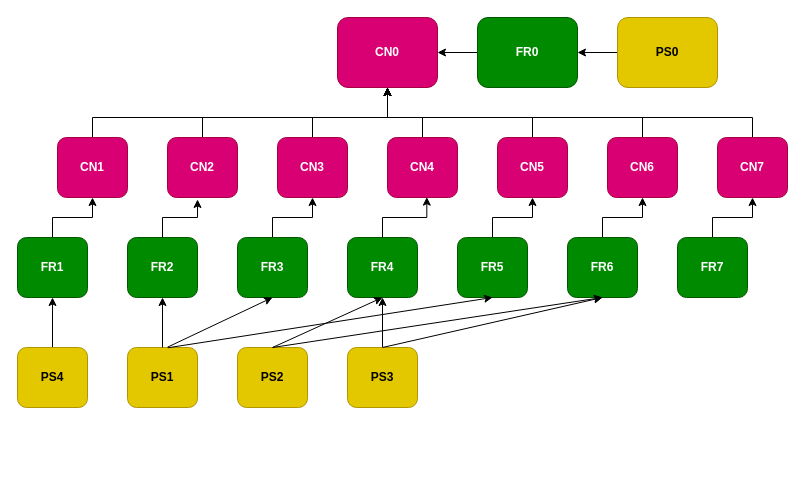
Earlier version of the draw.io diagram page "PS (Week6)" (3 of 6) of Untitled Diagram.drawio (asdismilla/FlowChart). Source tidied: cells renumbered, new cells numbered last; positions are measured from the earlier drawing's top-left corner, leaving out a move shared by most shapes. Both pictures are drawn from the tidied source at 100%, with x=0, y=0 at pixel (17, 17).
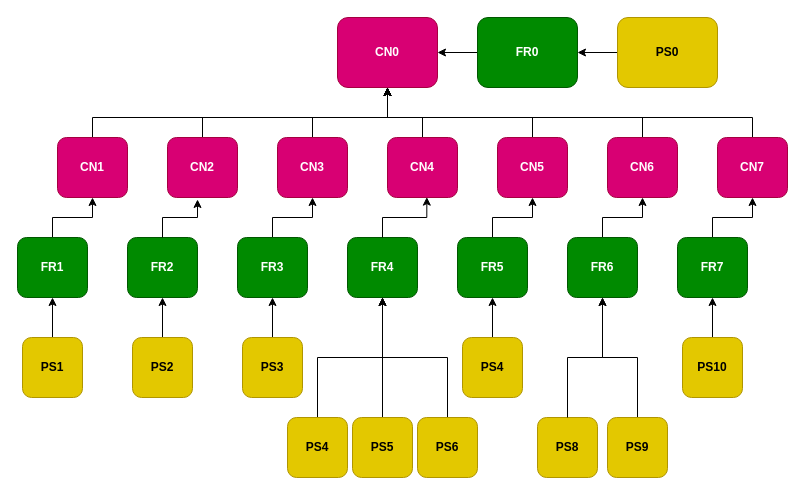
The same diagram, later.

Unchanged cells that the change refers to:
```xml
<mxCell id="18" value="&lt;b&gt;FR7&lt;/b&gt;" style="rounded=1;whiteSpace=wrap;html=1;fillColor=#008a00;fontColor=#ffffff;strokeColor=#005700;" parent="1" vertex="1">
  <mxGeometry x="660" y="220" width="70" height="60" as="geometry" />
</mxCell>
<mxCell id="20" value="&lt;b&gt;FR6&lt;/b&gt;" style="rounded=1;whiteSpace=wrap;html=1;fillColor=#008a00;fontColor=#ffffff;strokeColor=#005700;" parent="1" vertex="1">
  <mxGeometry x="550" y="220" width="70" height="60" as="geometry" />
</mxCell>
<mxCell id="22" value="&lt;b&gt;FR5&lt;/b&gt;" style="rounded=1;whiteSpace=wrap;html=1;fillColor=#008a00;fontColor=#ffffff;strokeColor=#005700;" parent="1" vertex="1">
  <mxGeometry x="440" y="220" width="70" height="60" as="geometry" />
</mxCell>
<mxCell id="23" value="&lt;b&gt;FR4&lt;/b&gt;" style="rounded=1;whiteSpace=wrap;html=1;fillColor=#008a00;fontColor=#ffffff;strokeColor=#005700;" parent="1" vertex="1">
  <mxGeometry x="330" y="220" width="70" height="60" as="geometry" />
</mxCell>
<mxCell id="25" value="&lt;b&gt;FR3&lt;/b&gt;" style="rounded=1;whiteSpace=wrap;html=1;fillColor=#008a00;fontColor=#ffffff;strokeColor=#005700;" parent="1" vertex="1">
  <mxGeometry x="220" y="220" width="70" height="60" as="geometry" />
</mxCell>
<mxCell id="26" value="&lt;b&gt;FR2&lt;/b&gt;" style="rounded=1;whiteSpace=wrap;html=1;fillColor=#008a00;fontColor=#ffffff;strokeColor=#005700;" parent="1" vertex="1">
  <mxGeometry x="110" y="220" width="70" height="60" as="geometry" />
</mxCell>
<mxCell id="28" value="&lt;b&gt;FR1&lt;/b&gt;" style="rounded=1;whiteSpace=wrap;html=1;fillColor=#008a00;fontColor=#ffffff;strokeColor=#005700;" parent="1" vertex="1">
  <mxGeometry y="220" width="70" height="60" as="geometry" />
</mxCell>
```

Change to the diagram source:
```diff
@@
-    <mxCell id="35" style="edgeStyle=orthogonalEdgeStyle;rounded=0;jettySize=auto;html=1;exitX=0.5;exitY=0;exitDx=0;exitDy=0;entryX=0.5;entryY=1;entryDx=0;entryDy=0;" parent="1" edge="1" source="36" target="23">
+    <mxCell id="35" style="edgeStyle=orthogonalEdgeStyle;rounded=0;jettySize=auto;html=1;entryX=0.5;entryY=1;entryDx=0;entryDy=0;" parent="1" edge="1" source="36" target="23">
       <mxGeometry relative="1" as="geometry" />
     </mxCell>
-    <mxCell id="36" value="&lt;b&gt;PS3&lt;/b&gt;" style="rounded=1;whiteSpace=wrap;html=1;fillColor=#e3c800;fontColor=#000000;strokeColor=#B09500;" parent="1" vertex="1">
-      <mxGeometry x="330" y="330" width="70" height="60" as="geometry" />
+    <mxCell id="36" value="&lt;b&gt;PS4&lt;/b&gt;" style="rounded=1;whiteSpace=wrap;html=1;fillColor=#e3c800;fontColor=#000000;strokeColor=#B09500;" parent="1" vertex="1">
+      <mxGeometry x="270" y="400" width="60" height="60" as="geometry" />
     </mxCell>
+    <mxCell id="47" style="edgeStyle=orthogonalEdgeStyle;rounded=0;jettySize=auto;html=1;exitX=0.5;exitY=0;exitDx=0;exitDy=0;entryX=0.5;entryY=1;entryDx=0;entryDy=0;" parent="1" edge="1" source="37" target="25">
+      <mxGeometry relative="1" as="geometry" />
+    </mxCell>
-    <mxCell id="37" value="&lt;b&gt;PS2&lt;br&gt;&lt;/b&gt;" style="rounded=1;whiteSpace=wrap;html=1;fillColor=#e3c800;fontColor=#000000;strokeColor=#B09500;" parent="1" vertex="1">
-      <mxGeometry x="220" y="330" width="70" height="60" as="geometry" />
+    <mxCell id="37" value="&lt;b&gt;PS3&lt;br&gt;&lt;/b&gt;" style="rounded=1;whiteSpace=wrap;html=1;fillColor=#e3c800;fontColor=#000000;strokeColor=#B09500;" parent="1" vertex="1">
+      <mxGeometry x="225" y="320" width="60" height="60" as="geometry" />
     </mxCell>
+    <mxCell id="43" style="edgeStyle=orthogonalEdgeStyle;rounded=0;jettySize=auto;html=1;entryX=0.5;entryY=1;entryDx=0;entryDy=0;" parent="1" edge="1" source="38" target="26">
+      <mxGeometry relative="1" as="geometry" />
+    </mxCell>
-    <mxCell id="38" value="&lt;b&gt;PS1&lt;/b&gt;" style="rounded=1;whiteSpace=wrap;html=1;fillColor=#e3c800;fontColor=#000000;strokeColor=#B09500;" parent="1" vertex="1">
-      <mxGeometry x="110" y="330" width="70" height="60" as="geometry" />
+    <mxCell id="38" value="&lt;b&gt;PS2&lt;/b&gt;" style="rounded=1;whiteSpace=wrap;html=1;fillColor=#e3c800;fontColor=#000000;strokeColor=#B09500;" parent="1" vertex="1">
+      <mxGeometry x="115" y="320" width="60" height="60" as="geometry" />
     </mxCell>
-    <mxCell id="39" style="edgeStyle=orthogonalEdgeStyle;rounded=0;jettySize=auto;html=1;" parent="1" edge="1" source="40" target="28">
+    <mxCell id="39" style="edgeStyle=orthogonalEdgeStyle;rounded=0;jettySize=auto;html=1;entryX=0.5;entryY=1;entryDx=0;entryDy=0;" parent="1" edge="1" source="40" target="28">
       <mxGeometry relative="1" as="geometry" />
     </mxCell>
-    <mxCell id="40" value="&lt;b&gt;PS4&lt;/b&gt;" style="rounded=1;whiteSpace=wrap;html=1;fillColor=#e3c800;fontColor=#000000;strokeColor=#B09500;" parent="1" vertex="1">
-      <mxGeometry y="330" width="70" height="60" as="geometry" />
+    <mxCell id="40" value="&lt;b&gt;PS1&lt;/b&gt;" style="rounded=1;whiteSpace=wrap;html=1;fillColor=#e3c800;fontColor=#000000;strokeColor=#B09500;" parent="1" vertex="1">
+      <mxGeometry x="5" y="320" width="60" height="60" as="geometry" />
     </mxCell>
-    <mxCell id="41" style="endArrow=classic;html=1;rounded=0;entryX=0.5;entryY=1;entryDx=0;entryDy=0;exitX=0.571;exitY=-0.005;exitDx=0;exitDy=0;exitPerimeter=0;" parent="1" edge="1" source="38" target="25">
-      <mxGeometry relative="1" as="geometry" />
-    </mxCell>
-    <mxCell id="42" style="endArrow=classic;html=1;rounded=0;entryX=0.5;entryY=1;entryDx=0;entryDy=0;exitX=0.58;exitY=0.004;exitDx=0;exitDy=0;exitPerimeter=0;" parent="1" edge="1" source="38" target="22">
-      <mxGeometry relative="1" as="geometry" />
-    </mxCell>
-    <mxCell id="43" style="endArrow=classic;html=1;rounded=0;entryX=0.5;entryY=1;entryDx=0;entryDy=0;exitX=0.5;exitY=0;exitDx=0;exitDy=0;" parent="1" edge="1" source="38" target="26">
-      <mxGeometry relative="1" as="geometry" />
-    </mxCell>
-    <mxCell id="44" style="endArrow=classic;html=1;rounded=0;exitX=0.5;exitY=0;exitDx=0;exitDy=0;entryX=0.5;entryY=1;entryDx=0;entryDy=0;" parent="1" edge="1" source="37" target="20">
-      <mxGeometry relative="1" as="geometry" />
-    </mxCell>
-    <mxCell id="45" style="endArrow=classic;html=1;rounded=0;exitX=0.5;exitY=0;exitDx=0;exitDy=0;entryX=0.5;entryY=1;entryDx=0;entryDy=0;" parent="1" edge="1" source="36" target="20">
-      <mxGeometry relative="1" as="geometry" />
-    </mxCell>
-    <mxCell id="46" style="endArrow=classic;html=1;rounded=0;exitX=0.5;exitY=0;exitDx=0;exitDy=0;entryX=0.5;entryY=1;entryDx=0;entryDy=0;" parent="1" edge="1" source="37" target="23">
-      <mxGeometry relative="1" as="geometry" />
-    </mxCell>
+    <mxCell id="48" style="edgeStyle=orthogonalEdgeStyle;rounded=0;jettySize=auto;html=1;entryX=0.5;entryY=1;entryDx=0;entryDy=0;" parent="1" edge="1" source="49" target="23">
+      <mxGeometry relative="1" as="geometry" />
+    </mxCell>
+    <mxCell id="49" value="&lt;b&gt;PS5&lt;/b&gt;" style="rounded=1;whiteSpace=wrap;html=1;fillColor=#e3c800;fontColor=#000000;strokeColor=#B09500;" parent="1" vertex="1">
+      <mxGeometry x="335" y="400" width="60" height="60" as="geometry" />
+    </mxCell>
+    <mxCell id="50" style="edgeStyle=orthogonalEdgeStyle;rounded=0;jettySize=auto;html=1;exitX=0.5;exitY=0;exitDx=0;exitDy=0;entryX=0.5;entryY=1;entryDx=0;entryDy=0;" parent="1" edge="1" source="51" target="23">
+      <mxGeometry relative="1" as="geometry" />
+    </mxCell>
+    <mxCell id="51" value="&lt;b&gt;PS6&lt;/b&gt;" style="rounded=1;whiteSpace=wrap;html=1;fillColor=#e3c800;fontColor=#000000;strokeColor=#B09500;" parent="1" vertex="1">
+      <mxGeometry x="400" y="400" width="60" height="60" as="geometry" />
+    </mxCell>
+    <mxCell id="52" style="edgeStyle=orthogonalEdgeStyle;rounded=0;jettySize=auto;html=1;entryX=0.5;entryY=1;entryDx=0;entryDy=0;" parent="1" edge="1" source="53" target="18">
+      <mxGeometry relative="1" as="geometry" />
+    </mxCell>
+    <mxCell id="53" value="&lt;b&gt;PS10&lt;/b&gt;" style="rounded=1;whiteSpace=wrap;html=1;fillColor=#e3c800;fontColor=#000000;strokeColor=#B09500;" parent="1" vertex="1">
+      <mxGeometry x="665" y="320" width="60" height="60" as="geometry" />
+    </mxCell>
+    <mxCell id="54" value="&lt;b&gt;PS8&lt;/b&gt;" style="rounded=1;whiteSpace=wrap;html=1;fillColor=#e3c800;fontColor=#000000;strokeColor=#B09500;" parent="1" vertex="1">
+      <mxGeometry x="520" y="400" width="60" height="60" as="geometry" />
+    </mxCell>
+    <mxCell id="55" style="edgeStyle=orthogonalEdgeStyle;rounded=0;jettySize=auto;html=1;entryX=0.5;entryY=1;entryDx=0;entryDy=0;" parent="1" edge="1" source="56" target="20">
+      <mxGeometry relative="1" as="geometry" />
+    </mxCell>
+    <mxCell id="56" value="&lt;b&gt;PS9&lt;/b&gt;" style="rounded=1;whiteSpace=wrap;html=1;fillColor=#e3c800;fontColor=#000000;strokeColor=#B09500;" parent="1" vertex="1">
+      <mxGeometry x="590" y="400" width="60" height="60" as="geometry" />
+    </mxCell>
+    <mxCell id="57" style="edgeStyle=orthogonalEdgeStyle;rounded=0;jettySize=auto;html=1;entryX=0.5;entryY=1;entryDx=0;entryDy=0;" parent="1" edge="1" source="58" target="22">
+      <mxGeometry relative="1" as="geometry" />
+    </mxCell>
+    <mxCell id="58" value="&lt;b&gt;PS4&lt;/b&gt;" style="rounded=1;whiteSpace=wrap;html=1;fillColor=#e3c800;fontColor=#000000;strokeColor=#B09500;" parent="1" vertex="1">
+      <mxGeometry x="445" y="320" width="60" height="60" as="geometry" />
+    </mxCell>
+    <mxCell id="59" style="edgeStyle=orthogonalEdgeStyle;rounded=0;jettySize=auto;html=1;entryX=0.5;entryY=1;entryDx=0;entryDy=0;exitX=0.5;exitY=0;exitDx=0;exitDy=0;" parent="1" edge="1" source="54" target="20">
+      <mxGeometry relative="1" as="geometry" />
+    </mxCell>
```
